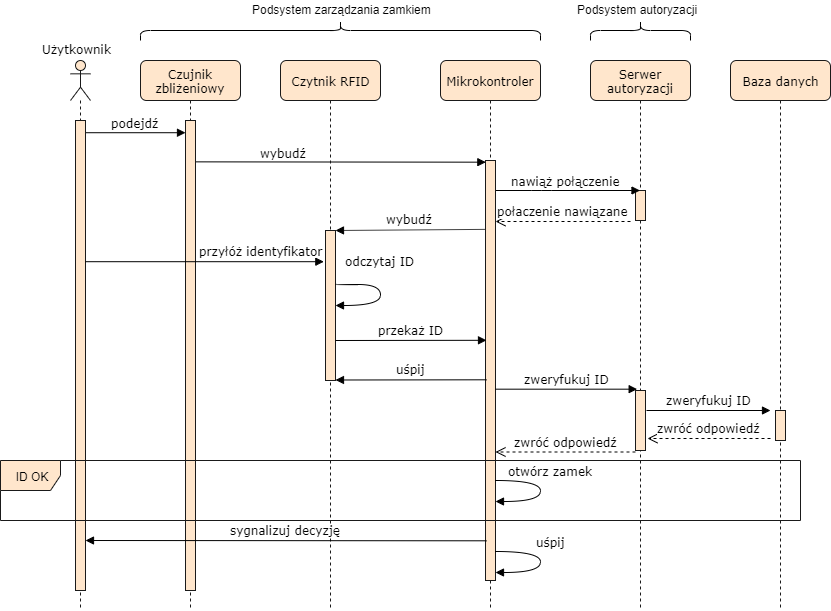
Earlier version of the draw.io export docs/chapters/images/sequence1.png (adapiekarska/centralized-lock-system). Source tidied: cells renumbered, new cells last; positions are measured from the earlier drawing's top-left corner, leaving out a move shared by most shapes.
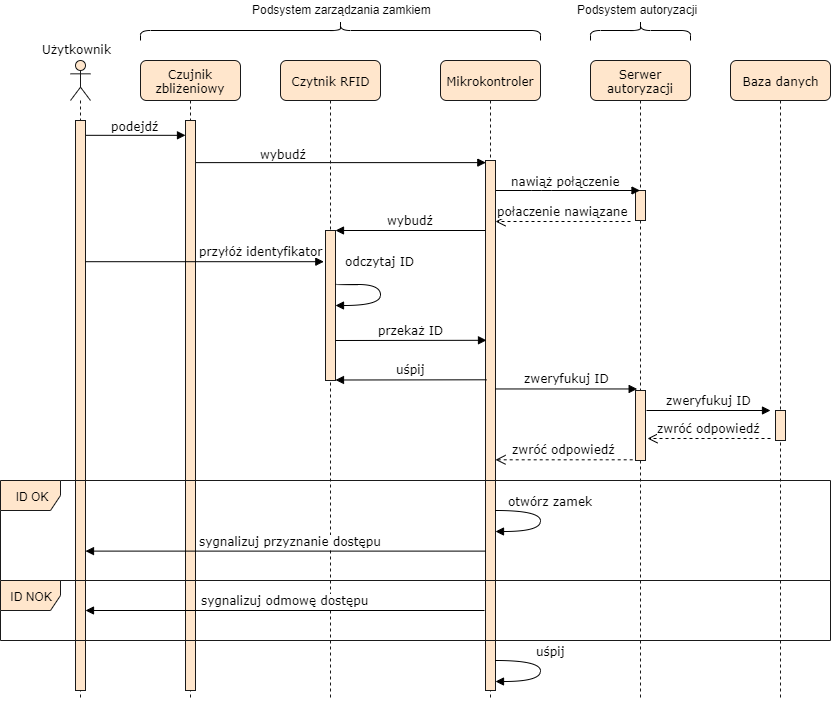
After the commit.

Commit message:
Add fifth sequence diagram + minor fixes

What changed in the source:
```diff
@@ -8,7 +8,7 @@
       </mxGeometry>
     </mxCell>
     <mxCell id="3" value="Serwer autoryzacji" style="shape=umlLifeline;perimeter=lifelinePerimeter;whiteSpace=wrap;html=1;outlineConnect=0;rounded=1;shadow=0;comic=0;labelBackgroundColor=none;strokeColor=#1A1A1A;strokeWidth=1;fillColor=#ffe6cc;fontFamily=Verdana;fontSize=12;align=center;" parent="1" vertex="1">
-      <mxGeometry x="590" y="60" width="100" height="550" as="geometry" />
+      <mxGeometry x="590" y="60" width="100" height="640" as="geometry" />
     </mxCell>
     <mxCell id="4" style="html=1;perimeter=orthogonalPerimeter;rounded=0;shadow=0;comic=0;labelBackgroundColor=none;strokeColor=#1A1A1A;strokeWidth=1;fillColor=#ffe6cc;fontFamily=Verdana;fontSize=12;align=center;" parent="3" vertex="1">
       <mxGeometry x="45" y="130" width="10" height="30" as="geometry" />
@@ -18,52 +18,43 @@
         <mxPoint x="491.5" y="190" as="sourcePoint" />
       </mxGeometry>
     </mxCell>
-    <mxCell id="6" value="wybudź" style="html=1;verticalAlign=bottom;endArrow=block;labelBackgroundColor=none;fontFamily=Verdana;fontSize=12;elbow=vertical;entryX=0.033;entryY=0.004;entryDx=0;entryDy=0;entryPerimeter=0;exitX=1.04;exitY=0.088;exitDx=0;exitDy=0;exitPerimeter=0;" parent="1" edge="1" source="14" target="9">
+    <mxCell id="6" value="wybudź" style="html=1;verticalAlign=bottom;endArrow=block;labelBackgroundColor=none;fontFamily=Verdana;fontSize=12;elbow=vertical;entryX=0.033;entryY=0.004;entryDx=0;entryDy=0;entryPerimeter=0;" parent="1" edge="1" source="14" target="9">
       <mxGeometry x="-0.39" y="-1" relative="1" as="geometry" />
     </mxCell>
     <mxCell id="7" value="Czytnik RFID" style="shape=umlLifeline;perimeter=lifelinePerimeter;whiteSpace=wrap;html=1;rounded=1;shadow=0;comic=0;labelBackgroundColor=none;strokeColor=#1A1A1A;strokeWidth=1;fillColor=#ffe6cc;fontFamily=Verdana;fontSize=12;align=center;" parent="1" vertex="1">
-      <mxGeometry x="280" y="60" width="100" height="550" as="geometry" />
+      <mxGeometry x="280" y="60" width="100" height="640" as="geometry" />
     </mxCell>
     <mxCell id="8" value="Mikrokontroler" style="shape=umlLifeline;perimeter=lifelinePerimeter;whiteSpace=wrap;html=1;rounded=1;shadow=0;comic=0;labelBackgroundColor=none;strokeColor=#1A1A1A;strokeWidth=1;fillColor=#ffe6cc;fontFamily=Verdana;fontSize=12;align=center;" parent="1" vertex="1">
-      <mxGeometry x="440" y="60" width="100" height="550" as="geometry" />
+      <mxGeometry x="440" y="60" width="100" height="640" as="geometry" />
     </mxCell>
     <mxCell id="9" style="html=1;points=[];perimeter=orthogonalPerimeter;rounded=0;shadow=0;comic=0;labelBackgroundColor=none;strokeColor=#1A1A1A;strokeWidth=1;fillColor=#ffe6cc;fontFamily=Verdana;fontSize=12;align=center;" parent="8" vertex="1">
-      <mxGeometry x="45" y="100" width="10" height="420" as="geometry" />
+      <mxGeometry x="45" y="100" width="10" height="530" as="geometry" />
     </mxCell>
-    <mxCell id="10" value="otwórz zamek" style="html=1;verticalAlign=bottom;endArrow=block;labelBackgroundColor=none;fontFamily=Verdana;fontSize=12;elbow=vertical;edgeStyle=orthogonalEdgeStyle;curved=1;" parent="8" edge="1" source="9">
-      <mxGeometry x="-0.19" y="10" relative="1" as="geometry">
-        <mxPoint x="55" y="441" as="targetPoint" />
-        <Array as="points">
-          <mxPoint x="100" y="420" />
-          <mxPoint x="100" y="441" />
-        </Array>
-      </mxGeometry>
-    </mxCell>
     <mxCell id="11" value="Baza danych" style="shape=umlLifeline;perimeter=lifelinePerimeter;whiteSpace=wrap;html=1;rounded=1;shadow=0;comic=0;labelBackgroundColor=none;strokeColor=#1A1A1A;strokeWidth=1;fillColor=#ffe6cc;fontFamily=Verdana;fontSize=12;align=center;" parent="1" vertex="1">
-      <mxGeometry x="730" y="60" width="100" height="550" as="geometry" />
+      <mxGeometry x="730" y="60" width="100" height="640" as="geometry" />
     </mxCell>
     <mxCell id="12" style="html=1;perimeter=orthogonalPerimeter;rounded=0;shadow=0;comic=0;labelBackgroundColor=none;strokeColor=#1A1A1A;strokeWidth=1;fillColor=#ffe6cc;fontFamily=Verdana;fontSize=12;align=center;" parent="11" vertex="1">
       <mxGeometry x="45" y="350" width="10" height="30" as="geometry" />
     </mxCell>
     <mxCell id="13" value="Czujnik zbliżeniowy" style="shape=umlLifeline;perimeter=lifelinePerimeter;whiteSpace=wrap;html=1;rounded=1;shadow=0;comic=0;labelBackgroundColor=none;strokeColor=#1A1A1A;strokeWidth=1;fillColor=#ffe6cc;fontFamily=Verdana;fontSize=12;align=center;" parent="1" vertex="1">
-      <mxGeometry x="140" y="60" width="100" height="550" as="geometry" />
+      <mxGeometry x="140" y="60" width="100" height="640" as="geometry" />
     </mxCell>
     <mxCell id="14" style="html=1;points=[];perimeter=orthogonalPerimeter;rounded=0;shadow=0;comic=0;labelBackgroundColor=none;strokeColor=#1A1A1A;strokeWidth=1;fillColor=#ffe6cc;fontFamily=Verdana;fontSize=12;align=center;" parent="13" vertex="1">
-      <mxGeometry x="45" y="60" width="10" height="470" as="geometry" />
+      <mxGeometry x="45" y="60" width="10" height="570" as="geometry" />
     </mxCell>
     <mxCell id="15" value="podejdź" style="html=1;verticalAlign=bottom;endArrow=block;labelBackgroundColor=none;fontFamily=Verdana;fontSize=12;elbow=vertical;exitX=0.94;exitY=0.026;exitDx=0;exitDy=0;exitPerimeter=0;" parent="1" edge="1" source="17" target="14">
       <mxGeometry relative="1" as="geometry" />
     </mxCell>
     <mxCell id="16" style="shape=umlLifeline;participant=umlActor;perimeter=lifelinePerimeter;whiteSpace=wrap;html=1;verticalAlign=top;spacingTop=36;labelBackgroundColor=#ffffff;fillColor=#ffe6cc;strokeColor=#1A1A1A;" parent="1" vertex="1">
-      <mxGeometry x="70" y="60" width="20" height="550" as="geometry" />
+      <mxGeometry x="70" y="60" width="20" height="640" as="geometry" />
     </mxCell>
     <mxCell id="17" style="html=1;points=[];perimeter=orthogonalPerimeter;rounded=0;shadow=0;comic=0;labelBackgroundColor=none;strokeColor=#1A1A1A;strokeWidth=1;fillColor=#ffe6cc;fontFamily=Verdana;fontSize=12;align=center;" parent="16" vertex="1">
-      <mxGeometry x="5" y="60" width="10" height="470" as="geometry" />
+      <mxGeometry x="5" y="60" width="10" height="570" as="geometry" />
     </mxCell>
     <mxCell id="18" style="html=1;points=[];perimeter=orthogonalPerimeter;fillColor=#ffe6cc;strokeColor=#1A1A1A;" parent="1" vertex="1">
       <mxGeometry x="325" y="230" width="10" height="150" as="geometry" />
     </mxCell>
-    <mxCell id="19" value="&lt;font face=&quot;Verdana&quot; style=&quot;font-size: 12px&quot;&gt;wybudź&lt;/font&gt;" style="html=1;verticalAlign=bottom;endArrow=block;entryX=1;entryY=0;exitX=-0.053;exitY=0.164;exitDx=0;exitDy=0;exitPerimeter=0;" parent="1" edge="1" source="9" target="18">
+    <mxCell id="19" value="&lt;font face=&quot;Verdana&quot; style=&quot;font-size: 12px&quot;&gt;wybudź&lt;/font&gt;" style="html=1;verticalAlign=bottom;endArrow=block;entryX=1;entryY=0;" parent="1" edge="1" source="9" target="18">
       <mxGeometry relative="1" as="geometry" />
     </mxCell>
     <mxCell id="20" value="przyłóż identyfikator" style="html=1;verticalAlign=bottom;endArrow=block;labelBackgroundColor=none;fontFamily=Verdana;fontSize=12;elbow=vertical;entryX=-0.167;entryY=0.208;entryDx=0;entryDy=0;entryPerimeter=0;" parent="1" edge="1" source="17" target="18">
@@ -85,7 +76,7 @@
       <mxGeometry relative="1" as="geometry" />
     </mxCell>
     <mxCell id="24" style="html=1;points=[];perimeter=orthogonalPerimeter;rounded=0;shadow=0;comic=0;labelBackgroundColor=none;strokeColor=#1A1A1A;strokeWidth=1;fillColor=#ffe6cc;fontFamily=Verdana;fontSize=12;align=center;" parent="1" vertex="1">
-      <mxGeometry x="635" y="390" width="10" height="60" as="geometry" />
+      <mxGeometry x="635" y="390" width="10" height="70" as="geometry" />
     </mxCell>
     <mxCell id="25" value="&lt;font face=&quot;Verdana&quot; style=&quot;font-size: 12px&quot;&gt;zweryfukuj ID&lt;/font&gt;" style="html=1;verticalAlign=bottom;endArrow=block;" parent="1" edge="1">
       <mxGeometry relative="1" as="geometry">
@@ -100,12 +91,10 @@
       </mxGeometry>
     </mxCell>
     <mxCell id="27" value="ID OK" style="shape=umlFrame;whiteSpace=wrap;html=1;fillColor=#ffe6cc;strokeColor=#1A1A1A;" parent="1" vertex="1">
-      <mxGeometry y="460" width="800" height="60" as="geometry" />
+      <mxGeometry y="480" width="830" height="100" as="geometry" />
     </mxCell>
-    <mxCell id="28" value="&lt;font face=&quot;Verdana&quot; style=&quot;font-size: 12px&quot;&gt;zwróć odpowiedź&lt;/font&gt;" style="html=1;verticalAlign=bottom;endArrow=open;dashed=1;endSize=8;" parent="1" edge="1" target="9">
-      <mxGeometry relative="1" as="geometry">
-        <mxPoint x="635" y="451.5" as="sourcePoint" />
-      </mxGeometry>
+    <mxCell id="28" value="&lt;font face=&quot;Verdana&quot; style=&quot;font-size: 12px&quot;&gt;zwróć odpowiedź&lt;/font&gt;" style="html=1;verticalAlign=bottom;endArrow=open;dashed=1;endSize=8;exitX=-0.28;exitY=0.99;exitDx=0;exitDy=0;exitPerimeter=0;" parent="1" edge="1" source="24" target="9">
+      <mxGeometry relative="1" as="geometry" />
     </mxCell>
     <mxCell id="29" value="odczytaj ID" style="html=1;verticalAlign=bottom;endArrow=block;labelBackgroundColor=none;fontFamily=Verdana;fontSize=12;elbow=vertical;edgeStyle=orthogonalEdgeStyle;curved=1;entryX=1;entryY=0.73;entryDx=0;entryDy=0;entryPerimeter=0;" parent="1" edge="1">
       <mxGeometry x="-0.19" y="11" relative="1" as="geometry">
@@ -120,19 +109,16 @@
     </mxCell>
     <mxCell id="30" value="uśpij" style="html=1;verticalAlign=bottom;endArrow=block;labelBackgroundColor=none;fontFamily=Verdana;fontSize=12;elbow=vertical;edgeStyle=orthogonalEdgeStyle;curved=1;entryX=1;entryY=0.73;entryDx=0;entryDy=0;entryPerimeter=0;" parent="1" edge="1">
       <mxGeometry x="-0.19" y="10" relative="1" as="geometry">
-        <mxPoint x="495.3" y="550.5" as="sourcePoint" />
-        <mxPoint x="495.3" y="572.2" as="targetPoint" />
+        <mxPoint x="495.3" y="659.5" as="sourcePoint" />
+        <mxPoint x="495.3" y="681.2" as="targetPoint" />
         <Array as="points">
-          <mxPoint x="540" y="550.5" />
-          <mxPoint x="540" y="571.5" />
+          <mxPoint x="540" y="659.5" />
+          <mxPoint x="540" y="680.5" />
         </Array>
       </mxGeometry>
     </mxCell>
-    <mxCell id="31" value="&lt;font face=&quot;Verdana&quot;&gt;&lt;span style=&quot;font-size: 12px&quot;&gt;sygnalizuj decyzję&lt;/span&gt;&lt;/font&gt;" style="html=1;verticalAlign=bottom;endArrow=block;exitX=0.1;exitY=0.249;exitDx=0;exitDy=0;exitPerimeter=0;" parent="1" edge="1">
-      <mxGeometry relative="1" as="geometry">
-        <mxPoint x="486" y="540.3" as="sourcePoint" />
-        <mxPoint x="85" y="540" as="targetPoint" />
-      </mxGeometry>
+    <mxCell id="31" value="&lt;font face=&quot;Verdana&quot;&gt;&lt;span style=&quot;font-size: 12px&quot;&gt;sygnalizuj przyznanie dostępu&lt;/span&gt;&lt;/font&gt;" style="html=1;verticalAlign=bottom;endArrow=block;exitX=0.02;exitY=0.737;exitDx=0;exitDy=0;exitPerimeter=0;" parent="1" edge="1" source="9" target="17">
+      <mxGeometry x="-0.03" relative="1" as="geometry" />
     </mxCell>
     <mxCell id="32" value="&lt;font face=&quot;Verdana&quot;&gt;Użytkownik&lt;/font&gt;" style="text;html=1;align=left;verticalAlign=top;spacingTop=-4;" parent="1" vertex="1">
       <mxGeometry x="39.5" y="40" width="80" height="20" as="geometry" />
@@ -149,5 +135,23 @@
     <mxCell id="36" value="Podsystem autoryzacji" style="text;html=1;align=left;verticalAlign=top;spacingTop=-4;" parent="1" vertex="1">
       <mxGeometry x="575" width="140" height="20" as="geometry" />
     </mxCell>
+    <mxCell id="10" value="otwórz zamek" style="html=1;verticalAlign=bottom;endArrow=block;labelBackgroundColor=none;fontFamily=Verdana;fontSize=12;elbow=vertical;edgeStyle=orthogonalEdgeStyle;curved=1;" parent="1" edge="1">
+      <mxGeometry x="-0.19" y="10" relative="1" as="geometry">
+        <mxPoint x="495" y="510.3" as="sourcePoint" />
+        <mxPoint x="495" y="531" as="targetPoint" />
+        <Array as="points">
+          <mxPoint x="540" y="510" />
+          <mxPoint x="540" y="531" />
+        </Array>
+      </mxGeometry>
+    </mxCell>
+    <mxCell id="37" value="&lt;font face=&quot;Verdana&quot;&gt;&lt;span style=&quot;font-size: 12px&quot;&gt;sygnalizuj odmowę dostępu&lt;/span&gt;&lt;/font&gt;" style="html=1;verticalAlign=bottom;endArrow=block;" parent="1" edge="1" target="17">
+      <mxGeometry relative="1" as="geometry">
+        <mxPoint x="484" y="610" as="sourcePoint" />
+      </mxGeometry>
+    </mxCell>
+    <mxCell id="38" value="ID NOK" style="shape=umlFrame;whiteSpace=wrap;html=1;fillColor=#ffe6cc;strokeColor=#1A1A1A;" parent="1" vertex="1">
+      <mxGeometry y="580" width="830" height="60" as="geometry" />
+    </mxCell>
   </root>
 </mxGraphModel>
```
